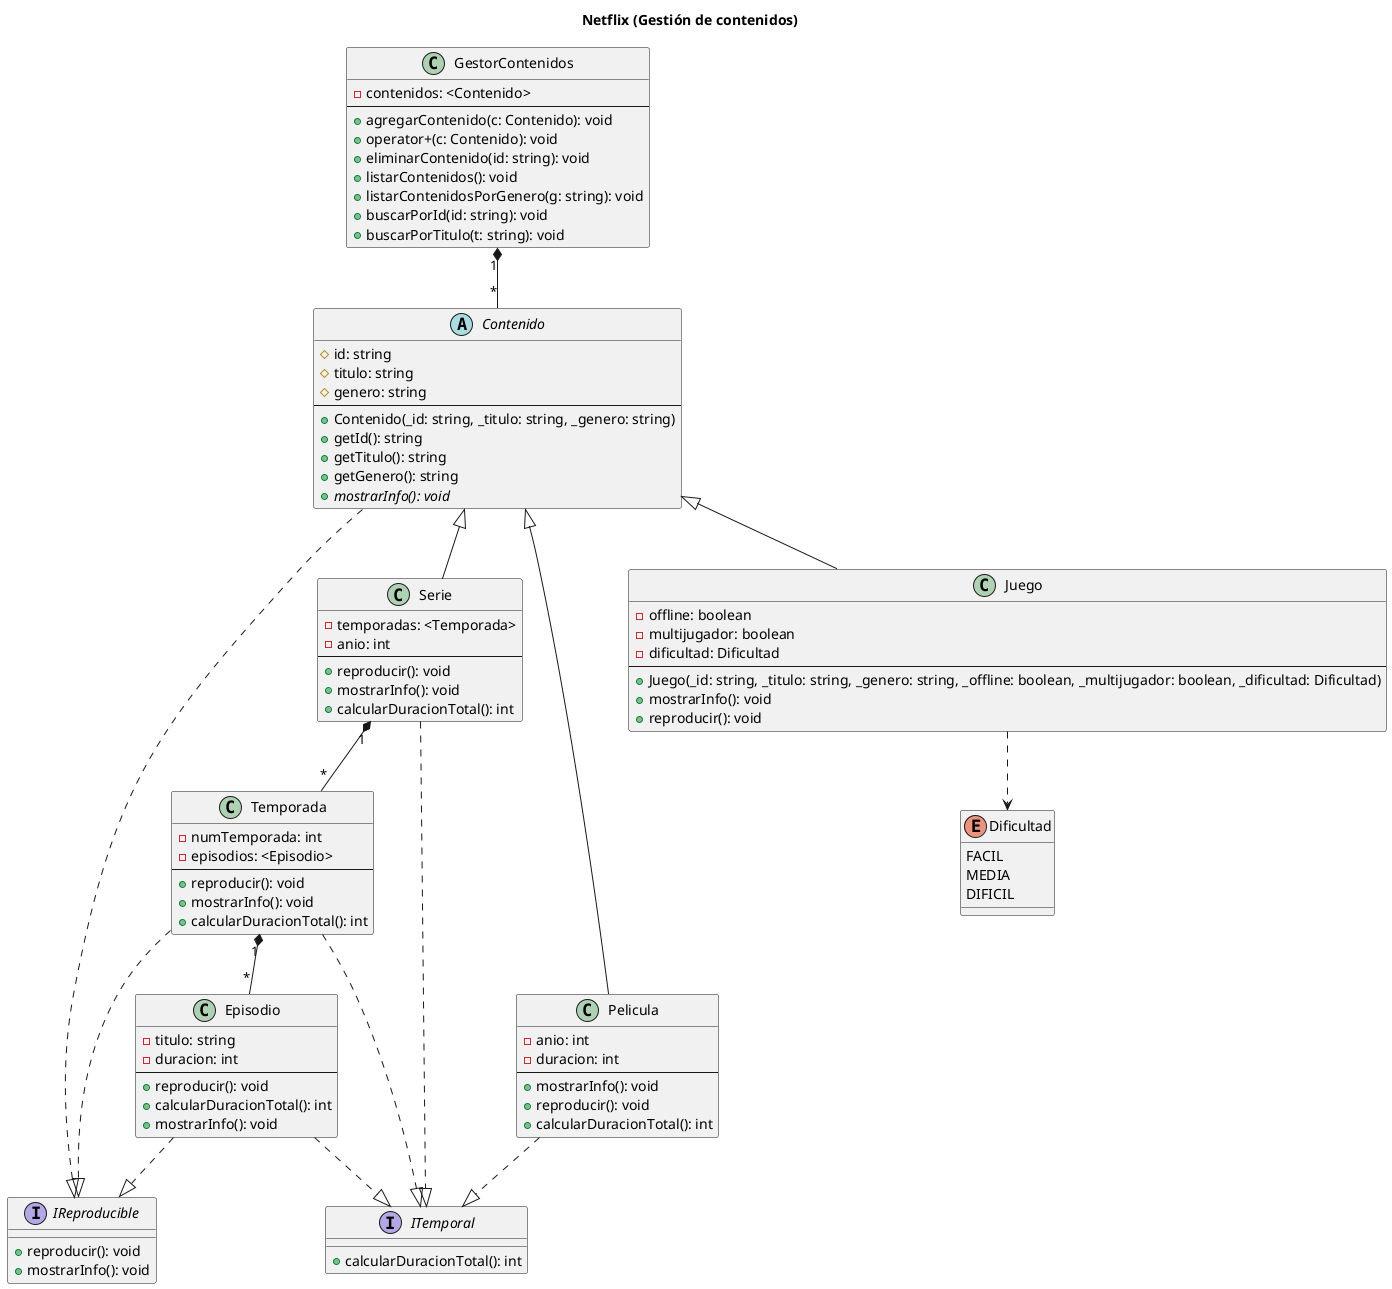
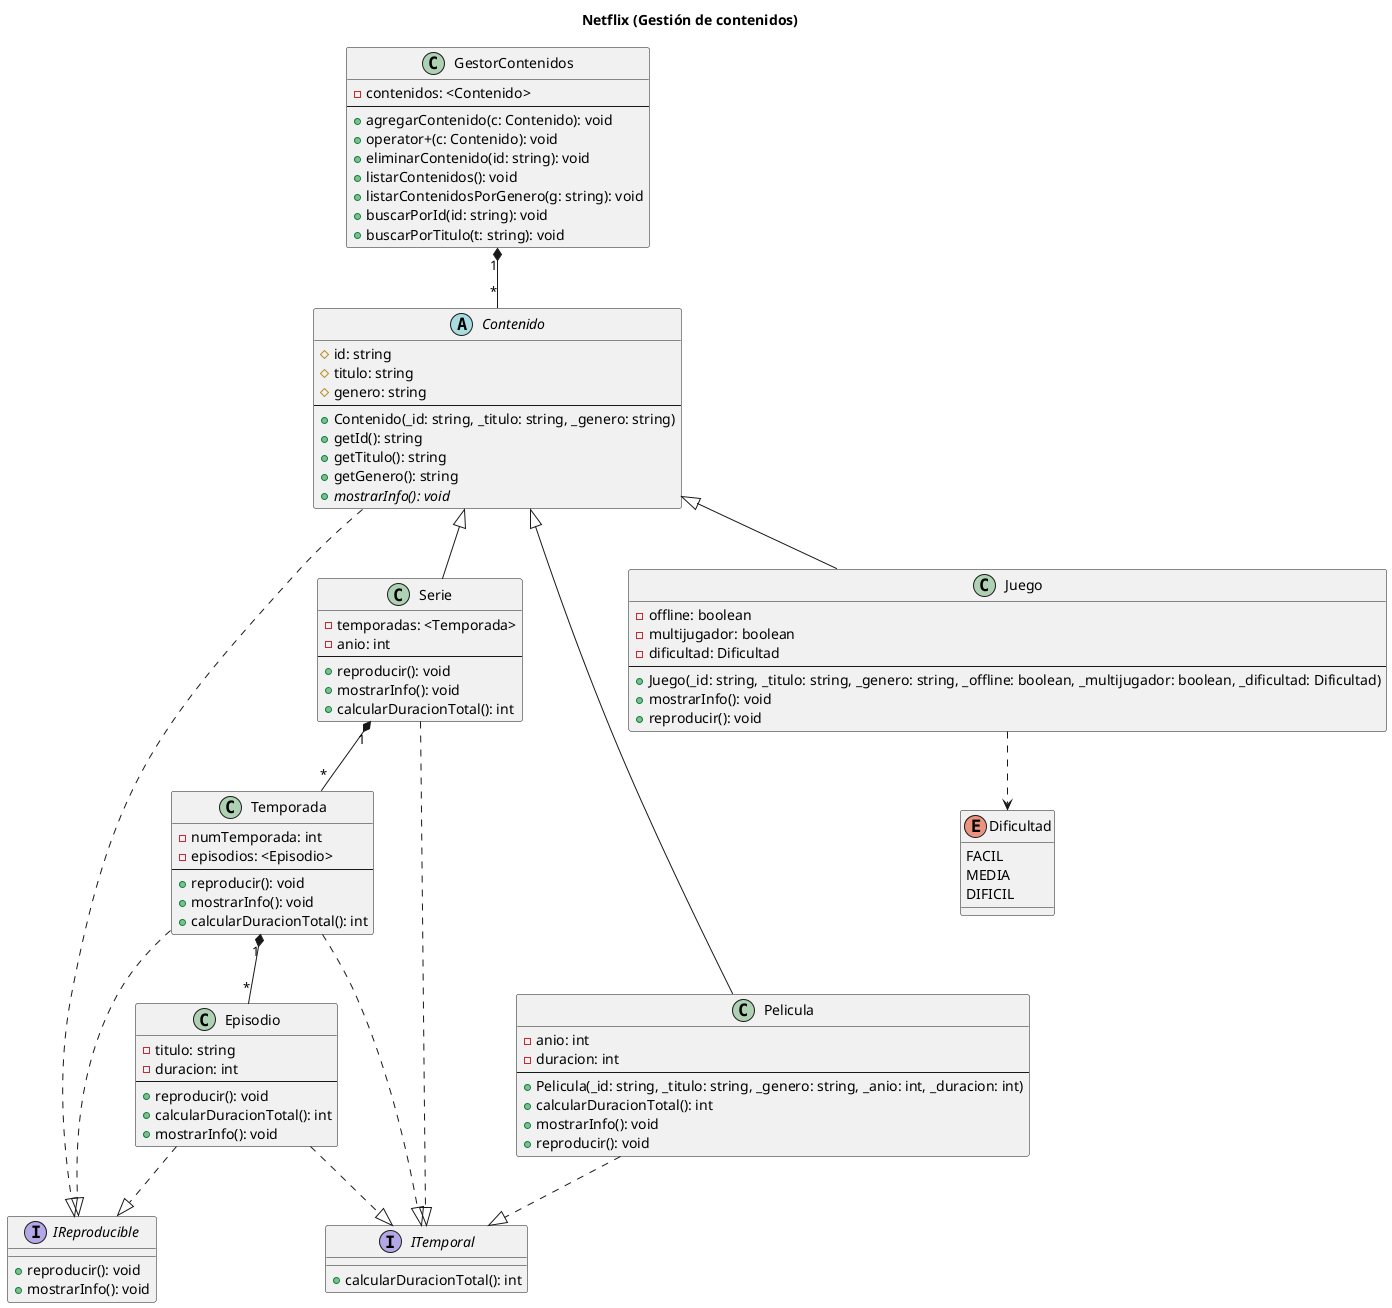
@startuml gestor_streaming
title Netflix (Gestión de contenidos)

interface IReproducible {
  + reproducir(): void
  + mostrarInfo(): void
}

interface ITemporal {
  + calcularDuracionTotal(): int
}

abstract class Contenido {
  # id: string
  # titulo: string
  # genero: string
  ---
  + Contenido(_id: string, _titulo: string, _genero: string)
  + getId(): string
  + getTitulo(): string
  + getGenero(): string
  + {abstract} mostrarInfo(): void
}

class GestorContenidos {
  - contenidos: <Contenido>
  ---
  + agregarContenido(c: Contenido): void
  + operator+(c: Contenido): void
  + eliminarContenido(id: string): void
  + listarContenidos(): void
  + listarContenidosPorGenero(g: string): void
  + buscarPorId(id: string): void
  + buscarPorTitulo(t: string): void
}

class Pelicula {
  - anio: int
  - duracion: int
  ---
+   + Pelicula(_id: string, _titulo: string, _genero: string, _anio: int, _duracion: int)
+   + calcularDuracionTotal(): int
  + mostrarInfo(): void
  + reproducir(): void
-   + calcularDuracionTotal(): int
}

class Serie {
  - temporadas: <Temporada>
  - anio: int
  ---
  + reproducir(): void
  + mostrarInfo(): void
  + calcularDuracionTotal(): int
}

class Juego {
  - offline: boolean
  - multijugador: boolean
  - dificultad: Dificultad
  ---
  + Juego(_id: string, _titulo: string, _genero: string, _offline: boolean, _multijugador: boolean, _dificultad: Dificultad)
  + mostrarInfo(): void
  + reproducir(): void
}

enum Dificultad {
  FACIL
  MEDIA
  DIFICIL
}

class Temporada {
  - numTemporada: int
  - episodios: <Episodio>
  ---
  + reproducir(): void
  + mostrarInfo(): void
  + calcularDuracionTotal(): int
}

class Episodio {
  - titulo: string
  - duracion: int
  ---
  + reproducir(): void
  + calcularDuracionTotal(): int
  + mostrarInfo(): void
}

' Jerarquía principal
Contenido <|-- Pelicula
Contenido <|-- Serie
Contenido <|-- Juego

' Interfaces
Contenido ..|> IReproducible
Episodio ..|> IReproducible
Temporada ..|> IReproducible

Pelicula ..|> ITemporal
Serie ..|> ITemporal
Temporada ..|> ITemporal
Episodio ..|> ITemporal

' Composiciones
GestorContenidos "1" *-- "*" Contenido
Serie "1" *-- "*" Temporada
Temporada "1" *-- "*" Episodio

' Dependencia
Juego ..> Dificultad

@enduml